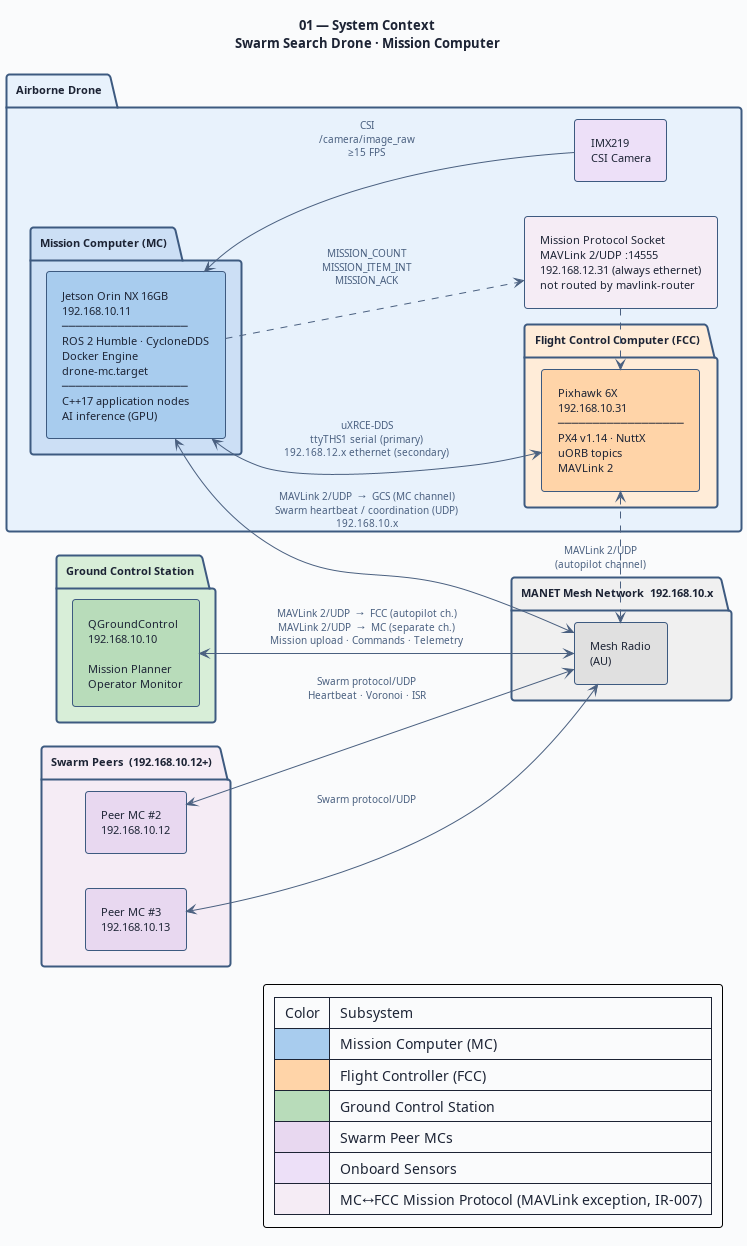
Above: diagrams/01-system-context.png in shawnsoh-stengg/shawnsoh-stengg-drone-swarm-mc-tempFork (PlantUML), before the change. Its source is kept beside it as diagrams/01-system-context.puml. Its diagram source:
```plantuml
@startuml 01-system-context

title "01 — System Context\nSwarm Search Drone · Mission Computer"

left to right direction

skinparam BackgroundColor #FAFBFC
skinparam DefaultFontColor #1C2334
skinparam DefaultFontSize 11
skinparam TitleFontSize 13
skinparam TitleFontStyle bold
skinparam ArrowColor #4A6080
skinparam ArrowFontColor #4A6080
skinparam ArrowFontSize 10
skinparam RoundCorner 6
skinparam Padding 6

skinparam package {
  BackgroundColor #F4F8FF
  BorderColor #3D5A80
  BorderThickness 2
  FontSize 11
  FontStyle bold
  FontColor #1C2334
}

skinparam rectangle {
  BackgroundColor #E8F0FA
  BorderColor #3D5A80
  BorderThickness 1
  FontSize 11
  FontColor #1C2334
}

package "MANET Mesh Network  192.168.10.2x" as MANET #F0F0F0 {
  rectangle "Mesh Radio\n(AU)" as AU #E0E0E0
}

package "Ground Control Station" as GCS_PKG #D8EED8 {
  rectangle "QGroundControl\n192.168.10.10\n\nMission Planner\nOperator Monitor" as GCS #B8DCBA
}

package "Swarm Peers  (192.168.10.12+)" as PEERS_PKG #F5ECF5 {
  rectangle "Peer MC #2\n192.168.10.12" as P2 #E8D8F0
  rectangle "Peer MC #3\n192.168.10.13" as P3 #E8D8F0
}

package "Airborne Drone" as DRONE_PKG #E8F2FC {

  package "Mission Computer (MC)" as MC_PKG #CCDFF5 {
    rectangle "Jetson Orin NX 16GB\n192.168.10.11\n──────────────────\nROS 2 Humble · CycloneDDS\nDocker Engine\ndrone-mc.target\n──────────────────\nC++17 application nodes\nAI inference (GPU)" as MC #A8CCEE
  }

  package "Flight Control Computer (FCC)" as FCC_PKG #FFECD8 {
    rectangle "Pixhawk 6X\n192.168.10.31\n──────────────────\nPX4 v1.14 · NuttX\nuORB topics\nMAVLink 2" as FCC #FFD4A8
  }

  rectangle "IMX219\nCSI Camera" as CAM #EDE0F8

  rectangle "Mission Protocol Socket\nMAVLink 2/UDP :14555\n192.168.12.31 (always ethernet)\nnot routed by mavlink-router" as MISSPROTO #F5ECF5
}


MC <-right-> FCC : "  uXRCE-DDS\n  ttyTHS1 (Telem2) serial"

MC .down.> MISSPROTO : "MAVLink-Mission Comm.\n 192.168.12.3x ethernet\n  MISSION_COUNT\n  MISSION_ITEM_INT\n  MISSION_ACK"
MISSPROTO .right.> FCC

CAM -up-> MC : "  CSI\n  /camera/image_raw\n  ≥15 FPS"

MC <--> AU : "  MAVLink 2/UDP  →  GCS (MC channel)\n  Swarm heartbeat / coordination (UDP)\n  192.168.10.x"

GCS <--> AU : "  MAVLink 2/UDP  →  FCC (PX4-Flight Temetry ch.)\n  MAVLink 2/UDP  →  MC (separate ch.)\n  Mission upload · Commands · Telemetry"

P2 <--> AU : "  Swarm protocol/UDP\n  Heartbeat · Voronoi · ISR"
P3 <--> AU : "  Swarm protocol/UDP"

FCC <.> AU : "  MAVLink 2/UDP\n  (PX4-Flight Telemetry channel)"

legend right
  | Color | Subsystem |
  | <#A8CCEE> | Mission Computer (MC) |
  | <#FFD4A8> | Flight Controller (FCC) |
  | <#B8DCBA> | Ground Control Station |
  | <#E8D8F0> | Swarm Peer MCs |
  | <#EDE0F8> | Onboard Sensors |
  | <#F5ECF5> | MC↔FCC Mission Protocol (MAVLink exception, IR-007) |
endlegend

@enduml
```
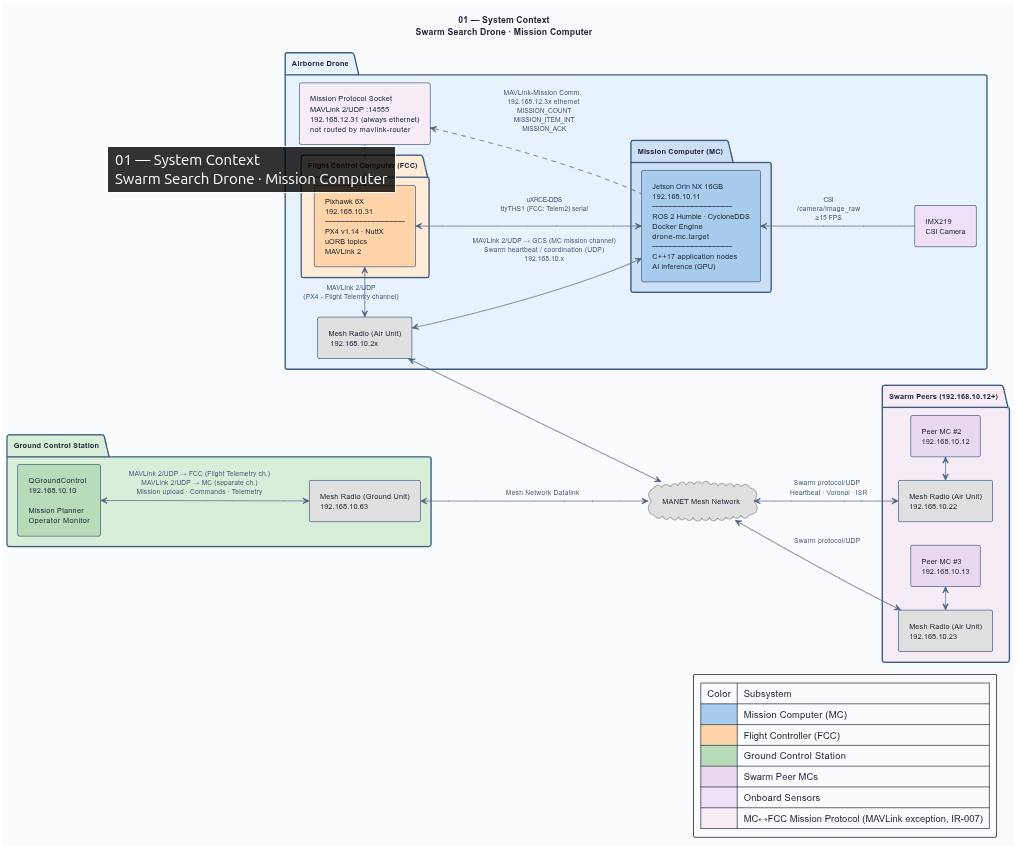
The same file after the commit.

Commit message:
Implement MAVR-001: mavlink-router build, config, and channel isolation

Diff of the diagram source:
```diff
@@ -32,17 +32,20 @@
   FontColor #1C2334
 }
 
-package "MANET Mesh Network  192.168.10.2x" as MANET #F0F0F0 {
-  rectangle "Mesh Radio\n(AU)" as AU #E0E0E0
-}
+cloud "MANET Mesh Network" as MANET_NW #E0E0E0
 
 package "Ground Control Station" as GCS_PKG #D8EED8 {
   rectangle "QGroundControl\n192.168.10.10\n\nMission Planner\nOperator Monitor" as GCS #B8DCBA
+
+  rectangle "Mesh Radio (Ground Unit)\n192.168.10.63" as GU #E0E0E0
 }
 
 package "Swarm Peers  (192.168.10.12+)" as PEERS_PKG #F5ECF5 {
   rectangle "Peer MC #2\n192.168.10.12" as P2 #E8D8F0
   rectangle "Peer MC #3\n192.168.10.13" as P3 #E8D8F0
+
+  rectangle "Mesh Radio (Air Unit)\n192.168.10.22" as AU2 #E0E0E0
+  rectangle "Mesh Radio (Air Unit)\n192.168.10.23" as AU3 #E0E0E0
 }
 
 package "Airborne Drone" as DRONE_PKG #E8F2FC {
@@ -58,24 +61,31 @@
   rectangle "IMX219\nCSI Camera" as CAM #EDE0F8
 
   rectangle "Mission Protocol Socket\nMAVLink 2/UDP :14555\n192.168.12.31 (always ethernet)\nnot routed by mavlink-router" as MISSPROTO #F5ECF5
+
+  rectangle "Mesh Radio (Air Unit)\n 192.168.10.2x" as AU1 #E0E0E0
 }
 
 
-MC <-right-> FCC : "  uXRCE-DDS\n  ttyTHS1 (Telem2) serial"
+MC <-left-> FCC : "  uXRCE-DDS\n  ttyTHS1 (FCC: Telem2) serial\n"
 
-MC .down.> MISSPROTO : "MAVLink-Mission Comm.\n 192.168.12.3x ethernet\n  MISSION_COUNT\n  MISSION_ITEM_INT\n  MISSION_ACK"
+MC .left.> MISSPROTO : "MAVLink-Mission Comm.\n 192.168.12.3x ethernet\n  MISSION_COUNT\n  MISSION_ITEM_INT\n  MISSION_ACK"
 MISSPROTO .right.> FCC
 
 CAM -up-> MC : "  CSI\n  /camera/image_raw\n  ≥15 FPS"
 
-MC <--> AU : "  MAVLink 2/UDP  →  GCS (MC channel)\n  Swarm heartbeat / coordination (UDP)\n  192.168.10.x"
+MC <-up-> AU1 : "  MAVLink 2/UDP  →  GCS (MC mission channel)\n  Swarm heartbeat / coordination (UDP)\n  192.168.10.x"
 
-GCS <--> AU : "  MAVLink 2/UDP  →  FCC (PX4-Flight Temetry ch.)\n  MAVLink 2/UDP  →  MC (separate ch.)\n  Mission upload · Commands · Telemetry"
+GCS <--> GU : "  MAVLink 2/UDP  →  FCC (Flight Telemetry ch.)\n  MAVLink 2/UDP  →  MC (separate ch.)\n  Mission upload · Commands · Telemetry"
 
-P2 <--> AU : "  Swarm protocol/UDP\n  Heartbeat · Voronoi · ISR"
-P3 <--> AU : "  Swarm protocol/UDP"
+GU <-down-> MANET_NW : Mesh Network Datalink
+MANET_NW <-up-> AU1
+MANET_NW <-down-> AU2 : "Swarm protocol/UDP\n  Heartbeat · Voronoi · ISR"
+MANET_NW <-down-> AU3 : "Swarm protocol/UDP"
 
-FCC <.> AU : "  MAVLink 2/UDP\n  (PX4-Flight Telemetry channel)"
+P2 <-left-> AU2
+P3 <-left-> AU3
+
+FCC <-> AU1 : "  MAVLink 2/UDP\n  (PX4 - Flight Telemtry channel)"
 
 legend right
   | Color | Subsystem |
```
